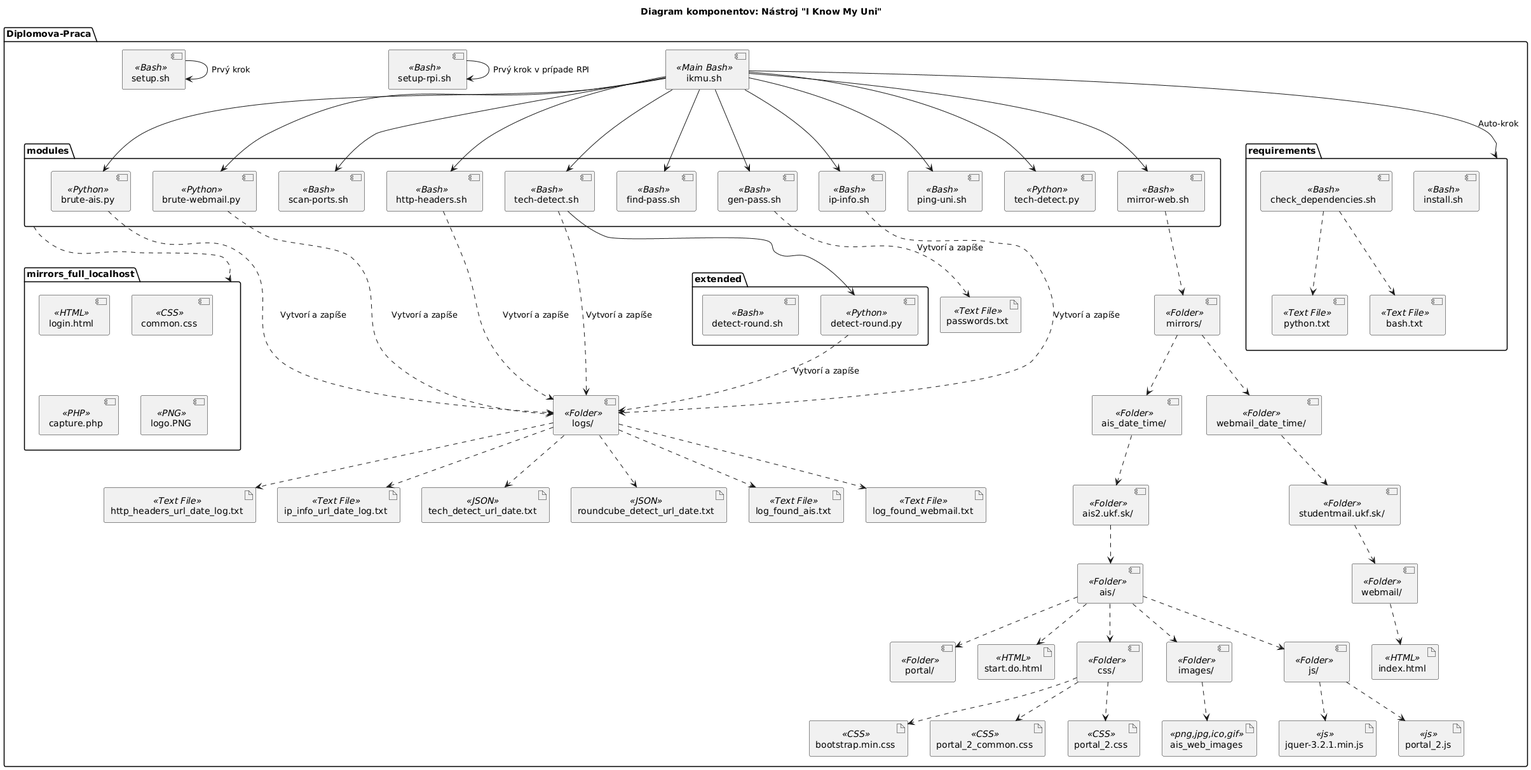
The PlantUML diagram diagrams/component_diagram.png in majohlavacka/Diplomova-praca, before a commit.
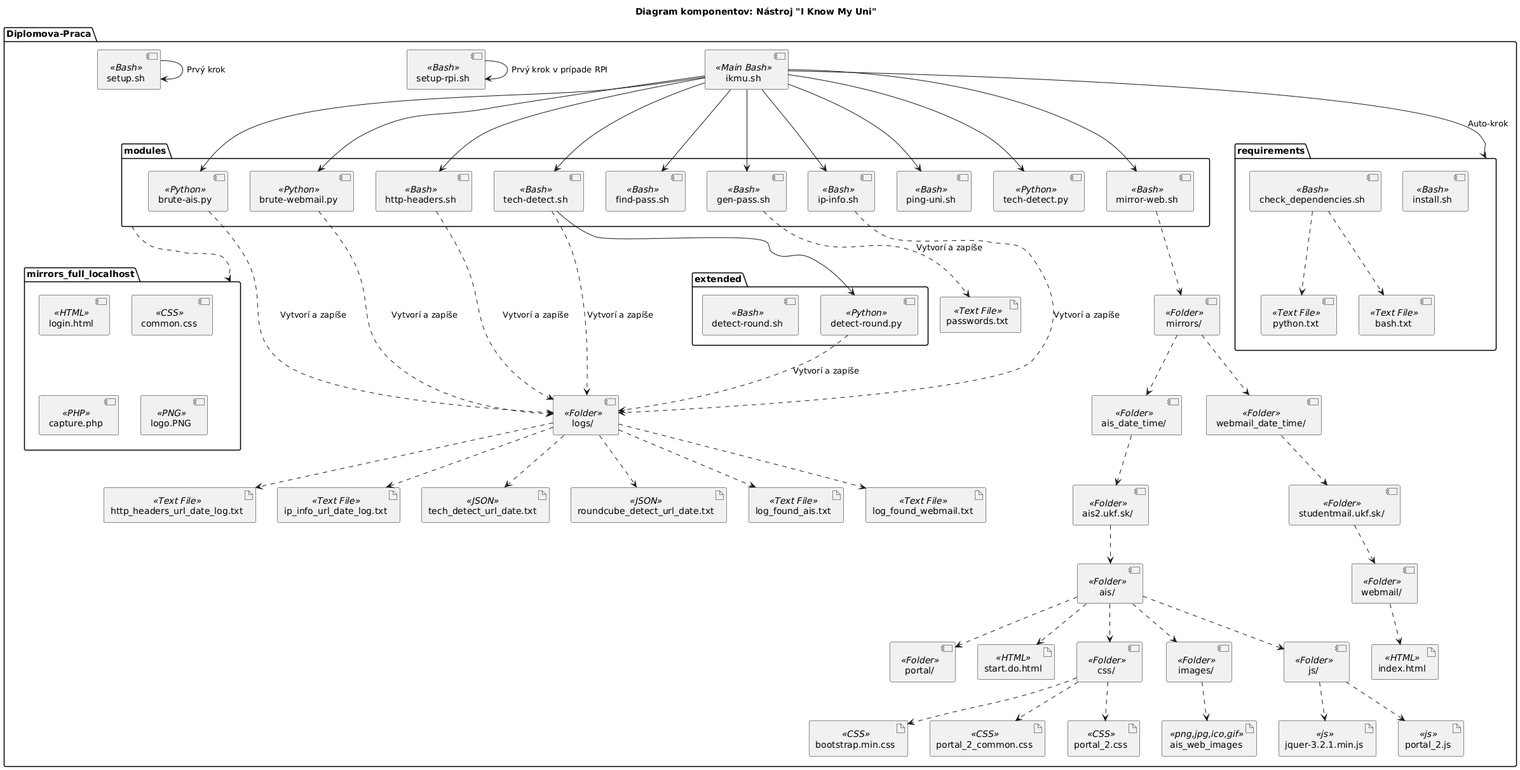
After the change.

Diff of the diagram source:
```diff
@@ -9,7 +9,6 @@
   package modules {
     component "brute-ais.py" as brute_ais <<Python>>
     component "brute-webmail.py" as brute_webmail <<Python>>
-    component "scan-ports.sh" as scan_ports <<Bash>>
     component "http-headers.sh" as http_headers <<Bash>>
     component "tech-detect.sh" as tech_detect <<Bash>>
     component "find-pass.sh" as find_pass <<Bash>>
@@ -73,7 +72,6 @@
 
 ikmu --> brute_ais
 ikmu --> brute_webmail
-ikmu --> scan_ports
 ikmu --> http_headers
 ikmu --> find_pass
 ikmu --> gen_pass
```
